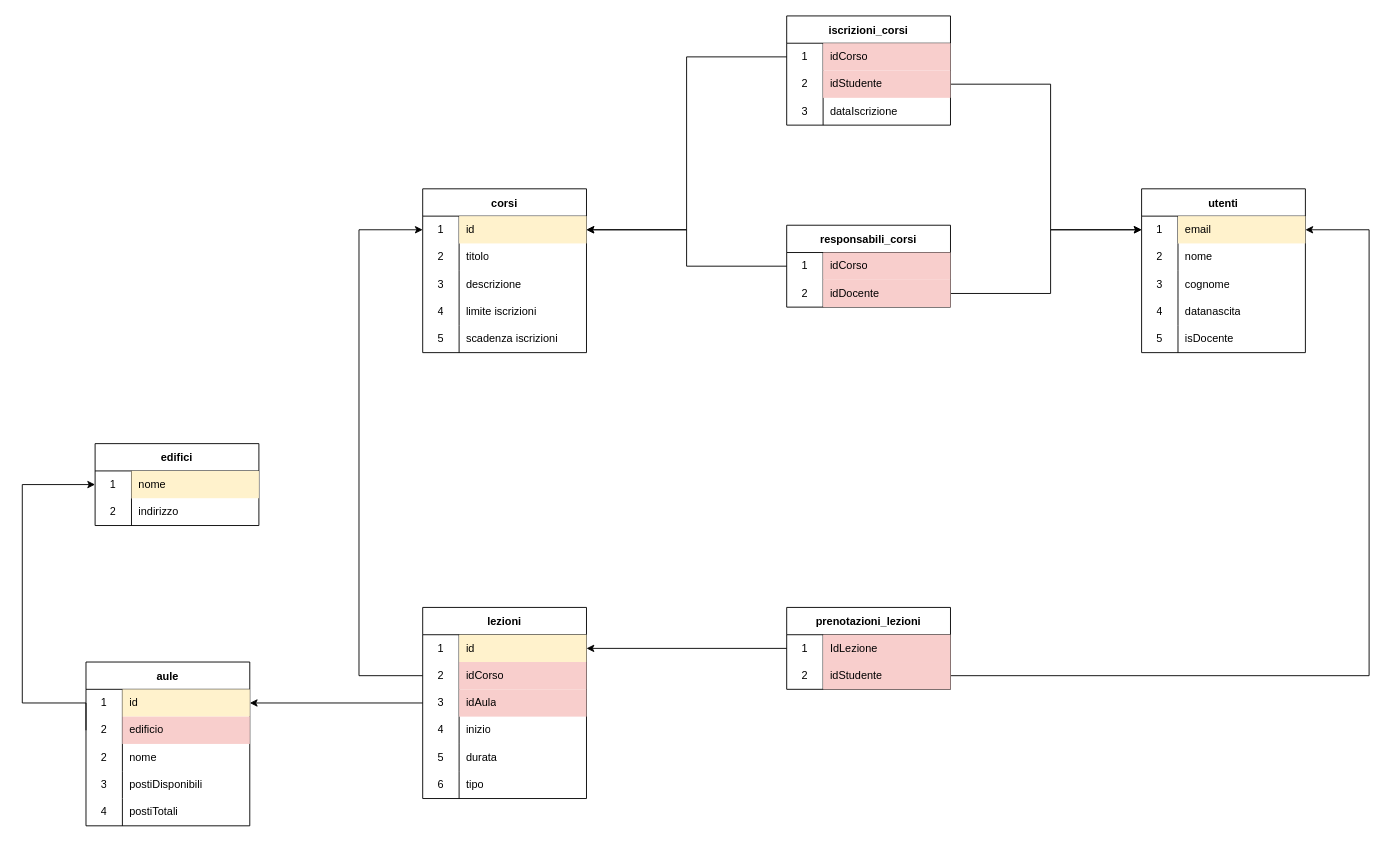
nicolamarizza/DbProject keeps this draw.io diagram as docs/SchemaRelazionale.drawio. Above is the earlier version. Source tidied: cells renumbered, new cells numbered last; positions are measured from the earlier drawing's top-left corner, leaving out a move shared by most shapes. Both pictures are drawn from the tidied source at 91%, with x=0, y=0 at pixel (22, 15).
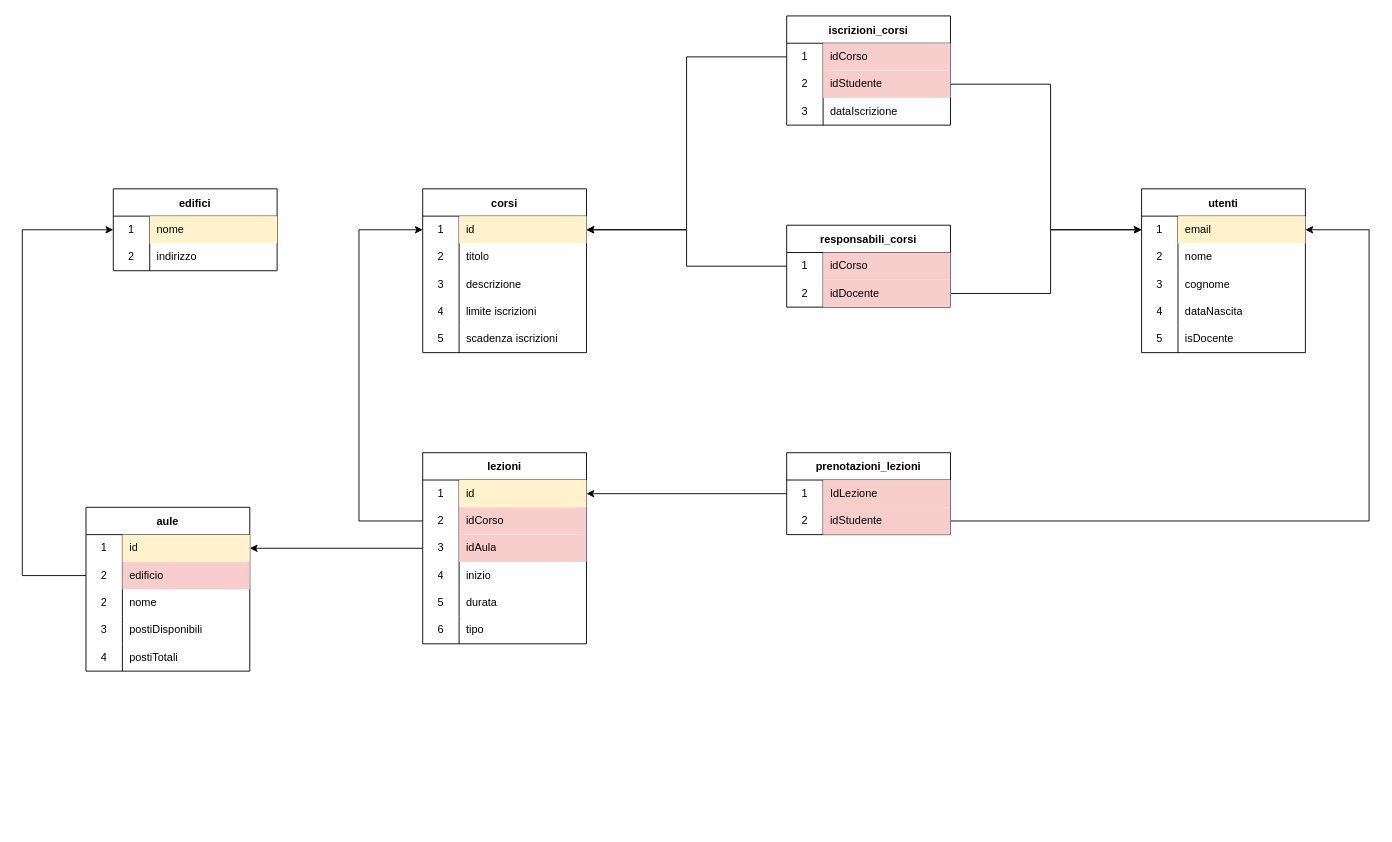
The same diagram, later.

Unchanged cells that the change refers to:
```xml
<mxCell id="3" style="shape=tableRow;horizontal=0;startSize=0;swimlaneHead=0;swimlaneBody=0;top=0;left=0;bottom=0;right=0;fillColor=none;points=[[0,0.5],[1,0.5]];portConstraint=eastwest;" parent="2" vertex="1">
  <mxGeometry y="30" width="180" height="30" as="geometry" />
</mxCell>
<mxCell id="12" style="shape=tableRow;horizontal=0;startSize=0;swimlaneHead=0;swimlaneBody=0;top=0;left=0;bottom=0;right=0;fillColor=none;" parent="2" vertex="1">
  <mxGeometry y="120" width="180" height="30" as="geometry" />
</mxCell>
<mxCell id="19" style="shape=tableRow;horizontal=0;startSize=0;swimlaneHead=0;swimlaneBody=0;top=0;left=0;bottom=0;right=0;fillColor=none;points=[[0,0.5],[1,0.5]];portConstraint=eastwest;" parent="18" vertex="1">
  <mxGeometry y="30" width="180" height="30" as="geometry" />
</mxCell>
<mxCell id="22" style="shape=tableRow;horizontal=0;startSize=0;swimlaneHead=0;swimlaneBody=0;top=0;left=0;bottom=0;right=0;fillColor=none;points=[[0,0.5],[1,0.5]];portConstraint=eastwest;" parent="18" vertex="1">
  <mxGeometry y="60" width="180" height="30" as="geometry" />
</mxCell>
<mxCell id="38" style="shape=tableRow;horizontal=0;startSize=0;swimlaneHead=0;swimlaneBody=0;top=0;left=0;bottom=0;right=0;fillColor=none;points=[[0,0.5],[1,0.5]];portConstraint=eastwest;" parent="37" vertex="1">
  <mxGeometry y="30" width="180" height="30" as="geometry" />
</mxCell>
<mxCell id="57" style="shape=tableRow;horizontal=0;startSize=0;swimlaneHead=0;swimlaneBody=0;top=0;left=0;bottom=0;right=0;fillColor=none;points=[[0,0.5],[1,0.5]];portConstraint=eastwest;" parent="53" vertex="1">
  <mxGeometry y="60" width="180" height="30" as="geometry" />
</mxCell>
<mxCell id="78" style="shape=tableRow;horizontal=0;startSize=0;swimlaneHead=0;swimlaneBody=0;top=0;left=0;bottom=0;right=0;fillColor=none;points=[[0,0.5],[1,0.5]];portConstraint=eastwest;" parent="77" vertex="1">
  <mxGeometry y="30" width="180" height="30" as="geometry" />
</mxCell>
<mxCell id="81" style="shape=tableRow;horizontal=0;startSize=0;swimlaneHead=0;swimlaneBody=0;top=0;left=0;bottom=0;right=0;fillColor=none;points=[[0,0.5],[1,0.5]];portConstraint=eastwest;" parent="77" vertex="1">
  <mxGeometry y="60" width="180" height="30" as="geometry" />
</mxCell>
```

What changed in the source:
```diff
@@
-    <mxCell id="14" value="datanascita" style="shape=partialRectangle;html=1;whiteSpace=wrap;fillColor=none;top=0;left=0;bottom=0;right=0;align=left;spacingLeft=6;overflow=hidden;" parent="12" vertex="1">
+    <mxCell id="14" value="dataNascita" style="shape=partialRectangle;html=1;whiteSpace=wrap;fillColor=none;top=0;left=0;bottom=0;right=0;align=left;spacingLeft=6;overflow=hidden;" parent="12" vertex="1">
       <mxGeometry x="40" width="140" height="30" as="geometry" />
     </mxCell>
@@
     <mxCell id="18" value="lezioni" style="shape=table;startSize=30;childLayout=tableLayout;rowLines=0;fontStyle=1;" parent="1" vertex="1">
-      <mxGeometry x="440" y="650" width="180" height="210" as="geometry" />
+      <mxGeometry x="440" y="480" width="180" height="210" as="geometry" />
     </mxCell>
@@
     <mxCell id="53" value="aule" style="shape=table;startSize=30;childLayout=tableLayout;rowLines=0;fontStyle=1;" parent="1" vertex="1">
-      <mxGeometry x="70" y="710" width="180" height="180" as="geometry" />
+      <mxGeometry x="70" y="540" width="180" height="180" as="geometry" />
     </mxCell>
@@
     <mxCell id="69" value="edifici" style="shape=table;startSize=30;childLayout=tableLayout;rowLines=0;fontStyle=1;" parent="1" vertex="1">
-      <mxGeometry x="80" y="470" width="180" height="90" as="geometry" />
+      <mxGeometry x="100" y="190" width="180" height="90" as="geometry" />
     </mxCell>
@@
     <mxCell id="76" style="edgeStyle=orthogonalEdgeStyle;rounded=0;jettySize=auto;html=1;exitX=1;exitY=0.5;exitDx=0;exitDy=0;entryX=1;entryY=0.5;entryDx=0;entryDy=0;startArrow=none;startFill=0;" parent="1" edge="1" source="81" target="3">
       <mxGeometry relative="1" as="geometry">
         <Array as="points">
-          <mxPoint x="1480" y="725" />
+          <mxPoint x="1480" y="555" />
           <mxPoint x="1480" y="235" />
         </Array>
       </mxGeometry>
     </mxCell>
     <mxCell id="77" value="prenotazioni_lezioni" style="shape=table;startSize=30;childLayout=tableLayout;rowLines=0;fontStyle=1;" parent="1" vertex="1">
-      <mxGeometry x="840" y="650" width="180" height="90" as="geometry" />
+      <mxGeometry x="840" y="480" width="180" height="90" as="geometry" />
     </mxCell>
@@
     <mxCell id="84" style="edgeStyle=orthogonalEdgeStyle;rounded=0;jettySize=auto;html=1;entryX=0;entryY=0.5;entryDx=0;entryDy=0;startArrow=classic;startFill=1;exitX=1;exitY=0.5;exitDx=0;exitDy=0;endArrow=none;endFill=0;" parent="1" edge="1" source="19" target="78">
       <mxGeometry relative="1" as="geometry">
         <Array as="points">
-          <mxPoint x="840" y="695" />
+          <mxPoint x="620" y="525" />
         </Array>
       </mxGeometry>
     </mxCell>
@@
     <mxCell id="107" style="edgeStyle=orthogonalEdgeStyle;rounded=0;jettySize=auto;html=1;exitX=0;exitY=0.5;exitDx=0;exitDy=0;entryX=0;entryY=0.5;entryDx=0;entryDy=0;startArrow=none;startFill=0;endArrow=classic;endFill=1;" parent="1" edge="1" source="22" target="38">
       <mxGeometry relative="1" as="geometry">
         <Array as="points">
-          <mxPoint x="370" y="725" />
+          <mxPoint x="370" y="555" />
           <mxPoint x="370" y="235" />
         </Array>
       </mxGeometry>
     </mxCell>
@@
     <mxCell id="109" style="edgeStyle=orthogonalEdgeStyle;rounded=0;jettySize=auto;html=1;exitX=0;exitY=0.5;exitDx=0;exitDy=0;entryX=0;entryY=0.5;entryDx=0;entryDy=0;startArrow=none;startFill=0;endArrow=classic;endFill=1;" parent="1" edge="1" source="57" target="69">
       <mxGeometry relative="1" as="geometry">
         <Array as="points">
-          <mxPoint y="755" />
-          <mxPoint y="515" />
+          <mxPoint y="615" />
+          <mxPoint y="235" />
         </Array>
       </mxGeometry>
     </mxCell>
```
